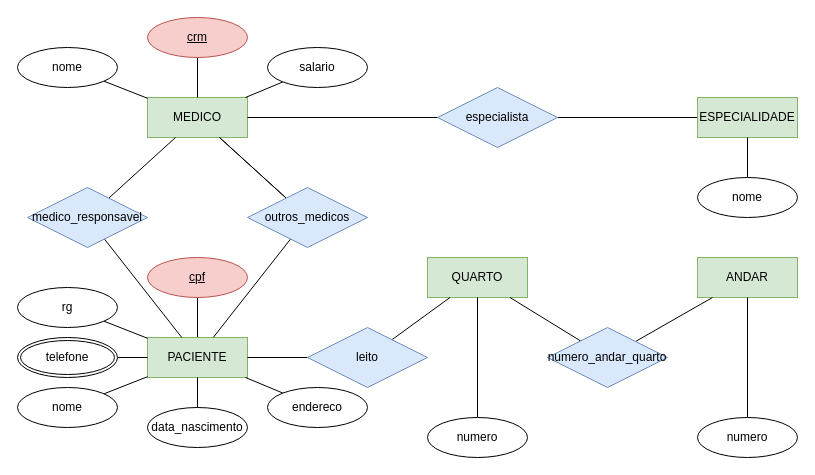
Before: ac1-minimundo-clinica.drawio in AristoEinstein/db-fundamentals, a draw.io diagram. Source tidied: cells renumbered, new cells numbered last; positions are measured from the earlier drawing's top-left corner, leaving out a move shared by most shapes. Both pictures are drawn from the tidied source at 100%, with x=0, y=0 at pixel (17, 17).
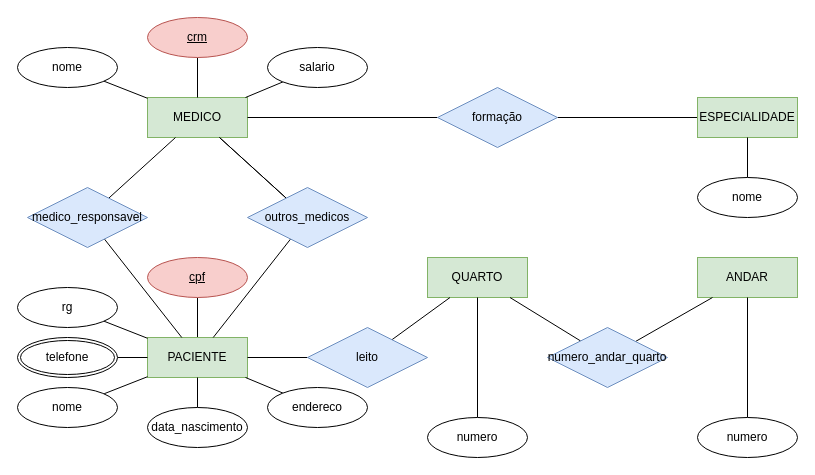
Above is the later version.

What changed in the source:
```diff
@@
-    <mxCell id="25" value="especialista" style="shape=rhombus;perimeter=rhombusPerimeter;whiteSpace=wrap;html=1;align=center;fillColor=#dae8fc;strokeColor=#6c8ebf;" parent="1" vertex="1">
+    <mxCell id="25" value="formação" style="shape=rhombus;perimeter=rhombusPerimeter;whiteSpace=wrap;html=1;align=center;fillColor=#dae8fc;strokeColor=#6c8ebf;" parent="1" vertex="1">
       <mxGeometry x="420" y="70" width="120" height="60" as="geometry" />
     </mxCell>
```
